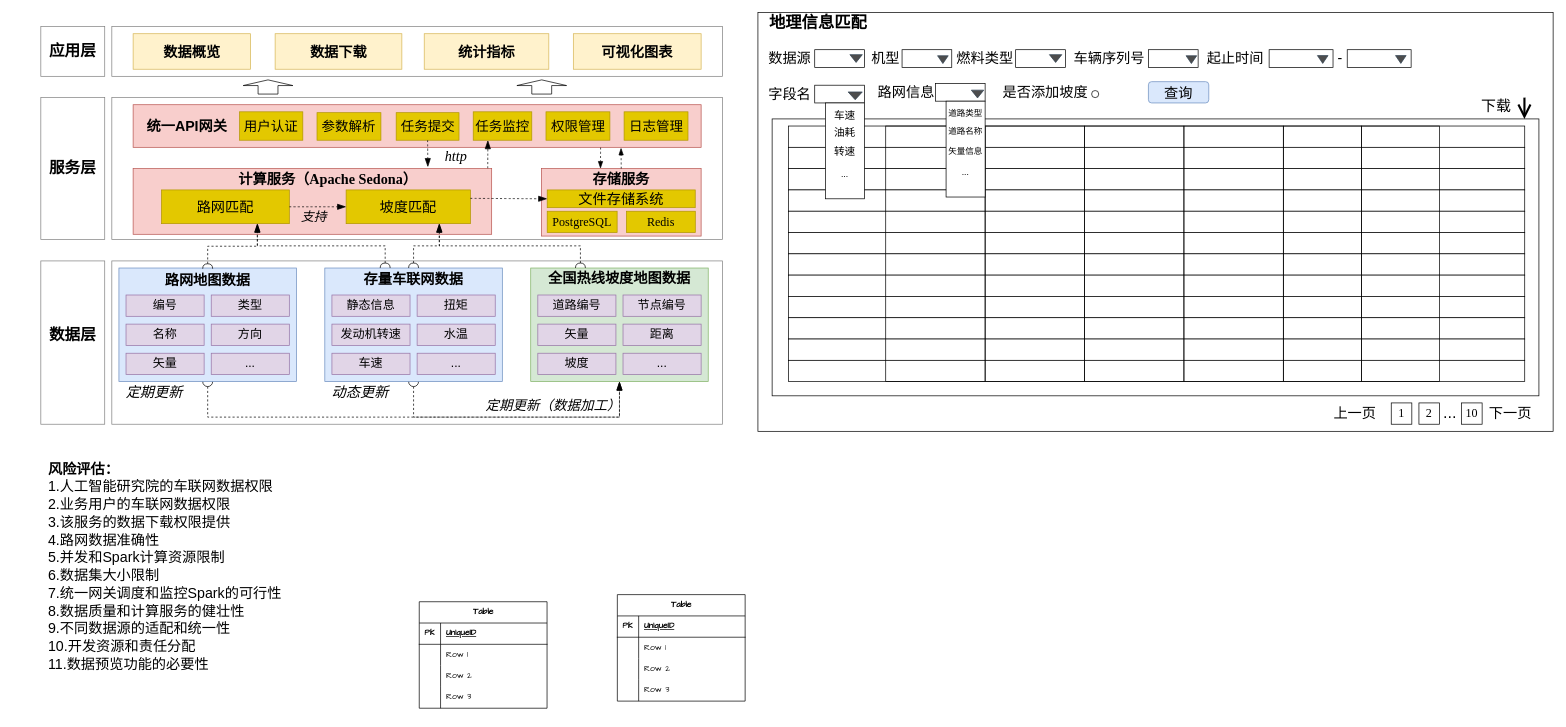
Earlier version of the draw.io diagram 车联网数据地理信息匹配服务.drawio (wangwuhua11/draw). Source tidied: cells renumbered, new cells numbered last; positions are measured from the earlier drawing's top-left corner, leaving out a move shared by most shapes. Both pictures are drawn from the tidied source at 71%, with x=0, y=0 at pixel (12, 12).
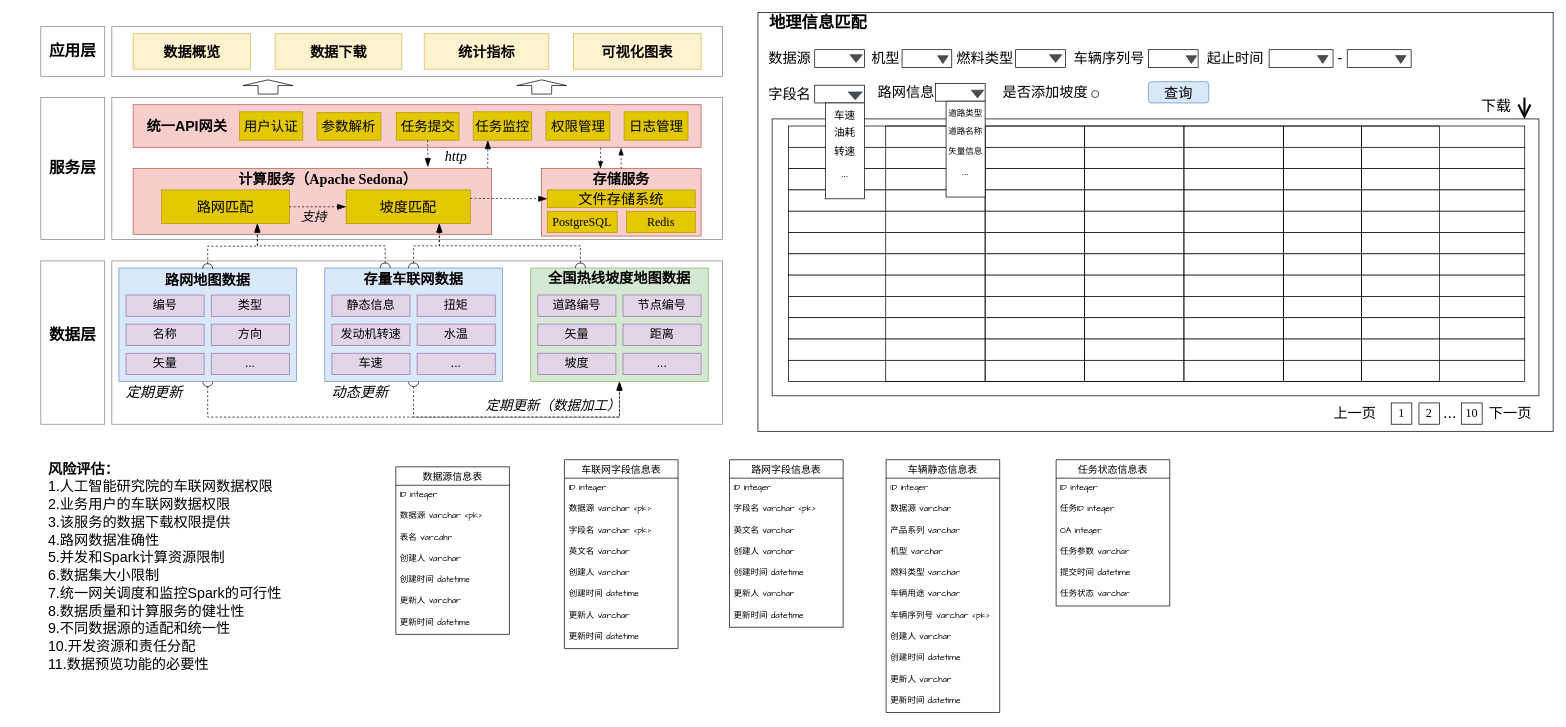
The same diagram, later.

Commit message (it also covers changes not shown here):
更新车联网数据地理信息匹配服务.drawio

The edit, as a diff of the source:
```diff
@@
-    <mxCell id="142" value="Table" style="shape=table;startSize=30;childLayout=tableLayout;rowLines=0;fontStyle=1;align=center;html=1;fontFamily=Architects Daughter;" parent="1" vertex="1">
-      <mxGeometry x="573" y="830" width="180" height="150" as="geometry" />
-    </mxCell>
-    <mxCell id="143" style="shape=tableRow;horizontal=0;startSize=0;swimlaneHead=0;swimlaneBody=0;fillColor=none;top=0;left=0;right=0;bottom=1;fontFamily=Architects Daughter;" parent="142" vertex="1">
-      <mxGeometry y="30" width="180" height="30" as="geometry" />
-    </mxCell>
-    <mxCell id="144" value="PK" style="shape=partialRectangle;fillColor=none;top=0;left=0;bottom=0;right=0;fontStyle=1;overflow=hidden;whiteSpace=wrap;html=1;fontFamily=Architects Daughter;" parent="143" vertex="1">
-      <mxGeometry width="30" height="30" as="geometry" />
-    </mxCell>
-    <mxCell id="145" value="UniqueID" style="shape=partialRectangle;fillColor=none;top=0;left=0;bottom=0;right=0;align=left;spacingLeft=6;fontStyle=5;overflow=hidden;whiteSpace=wrap;html=1;fontFamily=Architects Daughter;" parent="143" vertex="1">
-      <mxGeometry x="30" width="150" height="30" as="geometry" />
-    </mxCell>
-    <mxCell id="146" style="shape=tableRow;horizontal=0;startSize=0;swimlaneHead=0;swimlaneBody=0;fillColor=none;top=0;left=0;right=0;bottom=0;fontFamily=Architects Daughter;" parent="142" vertex="1">
-      <mxGeometry y="60" width="180" height="30" as="geometry" />
-    </mxCell>
-    <mxCell id="147" style="shape=partialRectangle;fillColor=none;top=0;left=0;bottom=0;right=0;overflow=hidden;whiteSpace=wrap;html=1;fontFamily=Architects Daughter;" parent="146" vertex="1">
-      <mxGeometry width="30" height="30" as="geometry" />
-    </mxCell>
-    <mxCell id="148" value="Row 1" style="shape=partialRectangle;fillColor=none;top=0;left=0;bottom=0;right=0;align=left;spacingLeft=6;overflow=hidden;whiteSpace=wrap;html=1;fontFamily=Architects Daughter;" parent="146" vertex="1">
-      <mxGeometry x="30" width="150" height="30" as="geometry" />
-    </mxCell>
-    <mxCell id="149" style="shape=tableRow;horizontal=0;startSize=0;swimlaneHead=0;swimlaneBody=0;fillColor=none;top=0;left=0;right=0;bottom=0;fontFamily=Architects Daughter;" parent="142" vertex="1">
-      <mxGeometry y="90" width="180" height="30" as="geometry" />
-    </mxCell>
-    <mxCell id="150" style="shape=partialRectangle;fillColor=none;top=0;left=0;bottom=0;right=0;overflow=hidden;whiteSpace=wrap;html=1;fontFamily=Architects Daughter;" parent="149" vertex="1">
-      <mxGeometry width="30" height="30" as="geometry" />
-    </mxCell>
-    <mxCell id="151" value="Row 2" style="shape=partialRectangle;fillColor=none;top=0;left=0;bottom=0;right=0;align=left;spacingLeft=6;overflow=hidden;whiteSpace=wrap;html=1;fontFamily=Architects Daughter;" parent="149" vertex="1">
-      <mxGeometry x="30" width="150" height="30" as="geometry" />
-    </mxCell>
-    <mxCell id="152" style="shape=tableRow;horizontal=0;startSize=0;swimlaneHead=0;swimlaneBody=0;fillColor=none;top=0;left=0;right=0;bottom=0;fontFamily=Architects Daughter;" parent="142" vertex="1">
-      <mxGeometry y="120" width="180" height="30" as="geometry" />
-    </mxCell>
-    <mxCell id="153" style="shape=partialRectangle;fillColor=none;top=0;left=0;bottom=0;right=0;overflow=hidden;whiteSpace=wrap;html=1;fontFamily=Architects Daughter;" parent="152" vertex="1">
-      <mxGeometry width="30" height="30" as="geometry" />
-    </mxCell>
-    <mxCell id="154" value="Row 3" style="shape=partialRectangle;fillColor=none;top=0;left=0;bottom=0;right=0;align=left;spacingLeft=6;overflow=hidden;whiteSpace=wrap;html=1;fontFamily=Architects Daughter;" parent="152" vertex="1">
-      <mxGeometry x="30" width="150" height="30" as="geometry" />
-    </mxCell>
-    <mxCell id="155" value="Table" style="shape=table;startSize=30;childLayout=tableLayout;rowLines=0;fontStyle=1;align=center;html=1;fontFamily=Architects Daughter;" parent="1" vertex="1">
-      <mxGeometry x="852" y="820" width="180" height="150" as="geometry" />
-    </mxCell>
-    <mxCell id="156" style="shape=tableRow;horizontal=0;startSize=0;swimlaneHead=0;swimlaneBody=0;fillColor=none;top=0;left=0;right=0;bottom=1;fontFamily=Architects Daughter;" parent="155" vertex="1">
-      <mxGeometry y="30" width="180" height="30" as="geometry" />
-    </mxCell>
-    <mxCell id="157" value="PK" style="shape=partialRectangle;fillColor=none;top=0;left=0;bottom=0;right=0;fontStyle=1;overflow=hidden;whiteSpace=wrap;html=1;fontFamily=Architects Daughter;" parent="156" vertex="1">
-      <mxGeometry width="30" height="30" as="geometry" />
-    </mxCell>
-    <mxCell id="158" value="UniqueID" style="shape=partialRectangle;fillColor=none;top=0;left=0;bottom=0;right=0;align=left;spacingLeft=6;fontStyle=5;overflow=hidden;whiteSpace=wrap;html=1;fontFamily=Architects Daughter;" parent="156" vertex="1">
-      <mxGeometry x="30" width="150" height="30" as="geometry" />
-    </mxCell>
-    <mxCell id="159" style="shape=tableRow;horizontal=0;startSize=0;swimlaneHead=0;swimlaneBody=0;fillColor=none;top=0;left=0;right=0;bottom=0;fontFamily=Architects Daughter;" parent="155" vertex="1">
-      <mxGeometry y="60" width="180" height="30" as="geometry" />
-    </mxCell>
-    <mxCell id="160" style="shape=partialRectangle;fillColor=none;top=0;left=0;bottom=0;right=0;overflow=hidden;whiteSpace=wrap;html=1;fontFamily=Architects Daughter;" parent="159" vertex="1">
-      <mxGeometry width="30" height="30" as="geometry" />
-    </mxCell>
-    <mxCell id="161" value="Row 1" style="shape=partialRectangle;fillColor=none;top=0;left=0;bottom=0;right=0;align=left;spacingLeft=6;overflow=hidden;whiteSpace=wrap;html=1;fontFamily=Architects Daughter;" parent="159" vertex="1">
-      <mxGeometry x="30" width="150" height="30" as="geometry" />
-    </mxCell>
-    <mxCell id="162" style="shape=tableRow;horizontal=0;startSize=0;swimlaneHead=0;swimlaneBody=0;fillColor=none;top=0;left=0;right=0;bottom=0;fontFamily=Architects Daughter;" parent="155" vertex="1">
-      <mxGeometry y="90" width="180" height="30" as="geometry" />
-    </mxCell>
-    <mxCell id="163" style="shape=partialRectangle;fillColor=none;top=0;left=0;bottom=0;right=0;overflow=hidden;whiteSpace=wrap;html=1;fontFamily=Architects Daughter;" parent="162" vertex="1">
-      <mxGeometry width="30" height="30" as="geometry" />
-    </mxCell>
-    <mxCell id="164" value="Row 2" style="shape=partialRectangle;fillColor=none;top=0;left=0;bottom=0;right=0;align=left;spacingLeft=6;overflow=hidden;whiteSpace=wrap;html=1;fontFamily=Architects Daughter;" parent="162" vertex="1">
-      <mxGeometry x="30" width="150" height="30" as="geometry" />
-    </mxCell>
-    <mxCell id="165" style="shape=tableRow;horizontal=0;startSize=0;swimlaneHead=0;swimlaneBody=0;fillColor=none;top=0;left=0;right=0;bottom=0;fontFamily=Architects Daughter;" parent="155" vertex="1">
-      <mxGeometry y="120" width="180" height="30" as="geometry" />
-    </mxCell>
-    <mxCell id="166" style="shape=partialRectangle;fillColor=none;top=0;left=0;bottom=0;right=0;overflow=hidden;whiteSpace=wrap;html=1;fontFamily=Architects Daughter;" parent="165" vertex="1">
-      <mxGeometry width="30" height="30" as="geometry" />
-    </mxCell>
-    <mxCell id="167" value="Row 3" style="shape=partialRectangle;fillColor=none;top=0;left=0;bottom=0;right=0;align=left;spacingLeft=6;overflow=hidden;whiteSpace=wrap;html=1;fontFamily=Architects Daughter;" parent="165" vertex="1">
-      <mxGeometry x="30" width="150" height="30" as="geometry" />
-    </mxCell>
+    <mxCell id="168" value="数据源信息表" style="swimlane;fontStyle=0;horizontal=1;startSize=26;align=center;fontSize=14;fontFamily=Architects Daughter;" parent="1" vertex="1">
+      <mxGeometry x="540" y="640" width="160" height="236" as="geometry" />
+    </mxCell>
+    <mxCell id="169" value="ID integer&amp;nbsp;" style="text;strokeColor=none;fillColor=none;spacingLeft=4;spacingRight=4;overflow=hidden;fontSize=12;whiteSpace=wrap;html=1;fontFamily=Architects Daughter;" parent="168" vertex="1">
+      <mxGeometry y="26" width="160" height="30" as="geometry" />
+    </mxCell>
+    <mxCell id="170" value="数据源 varchar &amp;lt;pk&amp;gt;" style="text;strokeColor=none;fillColor=none;spacingLeft=4;spacingRight=4;overflow=hidden;fontSize=12;whiteSpace=wrap;html=1;fontFamily=Architects Daughter;" parent="168" vertex="1">
+      <mxGeometry y="56" width="160" height="30" as="geometry" />
+    </mxCell>
+    <mxCell id="171" value="表名 varcahr" style="text;strokeColor=none;fillColor=none;spacingLeft=4;spacingRight=4;overflow=hidden;fontSize=12;whiteSpace=wrap;html=1;fontFamily=Architects Daughter;" parent="168" vertex="1">
+      <mxGeometry y="86" width="160" height="30" as="geometry" />
+    </mxCell>
+    <mxCell id="172" value="创建人 varchar" style="text;strokeColor=none;fillColor=none;spacingLeft=4;spacingRight=4;overflow=hidden;fontSize=12;whiteSpace=wrap;html=1;fontFamily=Architects Daughter;" parent="168" vertex="1">
+      <mxGeometry y="116" width="160" height="30" as="geometry" />
+    </mxCell>
+    <mxCell id="173" value="创建时间 datetime" style="text;strokeColor=none;fillColor=none;spacingLeft=4;spacingRight=4;overflow=hidden;fontSize=12;whiteSpace=wrap;html=1;fontFamily=Architects Daughter;" parent="168" vertex="1">
+      <mxGeometry y="146" width="160" height="30" as="geometry" />
+    </mxCell>
+    <mxCell id="174" value="更新人 varchar" style="text;strokeColor=none;fillColor=none;spacingLeft=4;spacingRight=4;overflow=hidden;fontSize=12;whiteSpace=wrap;html=1;fontFamily=Architects Daughter;" parent="168" vertex="1">
+      <mxGeometry y="176" width="160" height="30" as="geometry" />
+    </mxCell>
+    <mxCell id="175" value="更新时间 datetime" style="text;strokeColor=none;fillColor=none;spacingLeft=4;spacingRight=4;overflow=hidden;fontSize=12;whiteSpace=wrap;html=1;fontFamily=Architects Daughter;" parent="168" vertex="1">
+      <mxGeometry y="206" width="160" height="30" as="geometry" />
+    </mxCell>
+    <mxCell id="176" value="车联网字段信息表" style="swimlane;fontStyle=0;horizontal=1;startSize=26;align=center;fontSize=14;fontFamily=Architects Daughter;" parent="1" vertex="1">
+      <mxGeometry x="777.5" y="630" width="160" height="266" as="geometry" />
+    </mxCell>
+    <mxCell id="177" value="ID integer&amp;nbsp;" style="text;strokeColor=none;fillColor=none;spacingLeft=4;spacingRight=4;overflow=hidden;fontSize=12;whiteSpace=wrap;html=1;fontFamily=Architects Daughter;" parent="176" vertex="1">
+      <mxGeometry y="26" width="160" height="30" as="geometry" />
+    </mxCell>
+    <mxCell id="178" value="数据源 varchar &amp;lt;pk&amp;gt;" style="text;strokeColor=none;fillColor=none;spacingLeft=4;spacingRight=4;overflow=hidden;fontSize=12;whiteSpace=wrap;html=1;fontFamily=Architects Daughter;" parent="176" vertex="1">
+      <mxGeometry y="56" width="160" height="30" as="geometry" />
+    </mxCell>
+    <mxCell id="179" value="字段名 varchar &amp;lt;pk&amp;gt;" style="text;strokeColor=none;fillColor=none;spacingLeft=4;spacingRight=4;overflow=hidden;fontSize=12;whiteSpace=wrap;html=1;fontFamily=Architects Daughter;" parent="176" vertex="1">
+      <mxGeometry y="86" width="160" height="30" as="geometry" />
+    </mxCell>
+    <mxCell id="180" value="英文名 varchar" style="text;strokeColor=none;fillColor=none;spacingLeft=4;spacingRight=4;overflow=hidden;fontSize=12;whiteSpace=wrap;html=1;fontFamily=Architects Daughter;" parent="176" vertex="1">
+      <mxGeometry y="116" width="160" height="30" as="geometry" />
+    </mxCell>
+    <mxCell id="181" value="创建人 varchar" style="text;strokeColor=none;fillColor=none;spacingLeft=4;spacingRight=4;overflow=hidden;fontSize=12;whiteSpace=wrap;html=1;fontFamily=Architects Daughter;" parent="176" vertex="1">
+      <mxGeometry y="146" width="160" height="30" as="geometry" />
+    </mxCell>
+    <mxCell id="182" value="创建时间 datetime" style="text;strokeColor=none;fillColor=none;spacingLeft=4;spacingRight=4;overflow=hidden;fontSize=12;whiteSpace=wrap;html=1;fontFamily=Architects Daughter;" parent="176" vertex="1">
+      <mxGeometry y="176" width="160" height="30" as="geometry" />
+    </mxCell>
+    <mxCell id="183" value="更新人 varchar" style="text;strokeColor=none;fillColor=none;spacingLeft=4;spacingRight=4;overflow=hidden;fontSize=12;whiteSpace=wrap;html=1;fontFamily=Architects Daughter;" parent="176" vertex="1">
+      <mxGeometry y="206" width="160" height="30" as="geometry" />
+    </mxCell>
+    <mxCell id="184" value="更新时间 datetime" style="text;strokeColor=none;fillColor=none;spacingLeft=4;spacingRight=4;overflow=hidden;fontSize=12;whiteSpace=wrap;html=1;fontFamily=Architects Daughter;" parent="176" vertex="1">
+      <mxGeometry y="236" width="160" height="30" as="geometry" />
+    </mxCell>
+    <mxCell id="185" value="路网字段信息表" style="swimlane;fontStyle=0;horizontal=1;startSize=26;align=center;fontSize=14;fontFamily=Architects Daughter;" parent="1" vertex="1">
+      <mxGeometry x="1010" y="630" width="160" height="236" as="geometry" />
+    </mxCell>
+    <mxCell id="186" value="ID integer&amp;nbsp;" style="text;strokeColor=none;fillColor=none;spacingLeft=4;spacingRight=4;overflow=hidden;fontSize=12;whiteSpace=wrap;html=1;fontFamily=Architects Daughter;" parent="185" vertex="1">
+      <mxGeometry y="26" width="160" height="30" as="geometry" />
+    </mxCell>
+    <mxCell id="187" value="字段名 varchar &amp;lt;pk&amp;gt;" style="text;strokeColor=none;fillColor=none;spacingLeft=4;spacingRight=4;overflow=hidden;fontSize=12;whiteSpace=wrap;html=1;fontFamily=Architects Daughter;" parent="185" vertex="1">
+      <mxGeometry y="56" width="160" height="30" as="geometry" />
+    </mxCell>
+    <mxCell id="188" value="英文名 varchar" style="text;strokeColor=none;fillColor=none;spacingLeft=4;spacingRight=4;overflow=hidden;fontSize=12;whiteSpace=wrap;html=1;fontFamily=Architects Daughter;" parent="185" vertex="1">
+      <mxGeometry y="86" width="160" height="30" as="geometry" />
+    </mxCell>
+    <mxCell id="189" value="创建人 varchar" style="text;strokeColor=none;fillColor=none;spacingLeft=4;spacingRight=4;overflow=hidden;fontSize=12;whiteSpace=wrap;html=1;fontFamily=Architects Daughter;" parent="185" vertex="1">
+      <mxGeometry y="116" width="160" height="30" as="geometry" />
+    </mxCell>
+    <mxCell id="190" value="创建时间 datetime" style="text;strokeColor=none;fillColor=none;spacingLeft=4;spacingRight=4;overflow=hidden;fontSize=12;whiteSpace=wrap;html=1;fontFamily=Architects Daughter;" parent="185" vertex="1">
+      <mxGeometry y="146" width="160" height="30" as="geometry" />
+    </mxCell>
+    <mxCell id="191" value="更新人 varchar" style="text;strokeColor=none;fillColor=none;spacingLeft=4;spacingRight=4;overflow=hidden;fontSize=12;whiteSpace=wrap;html=1;fontFamily=Architects Daughter;" parent="185" vertex="1">
+      <mxGeometry y="176" width="160" height="30" as="geometry" />
+    </mxCell>
+    <mxCell id="192" value="更新时间 datetime" style="text;strokeColor=none;fillColor=none;spacingLeft=4;spacingRight=4;overflow=hidden;fontSize=12;whiteSpace=wrap;html=1;fontFamily=Architects Daughter;" parent="185" vertex="1">
+      <mxGeometry y="206" width="160" height="30" as="geometry" />
+    </mxCell>
+    <mxCell id="193" value="车辆静态信息表" style="swimlane;fontStyle=0;horizontal=1;startSize=26;align=center;fontSize=14;fontFamily=Architects Daughter;" parent="1" vertex="1">
+      <mxGeometry x="1230.5" y="630" width="160" height="356" as="geometry" />
+    </mxCell>
+    <mxCell id="194" value="ID integer&amp;nbsp;" style="text;strokeColor=none;fillColor=none;spacingLeft=4;spacingRight=4;overflow=hidden;fontSize=12;whiteSpace=wrap;html=1;fontFamily=Architects Daughter;" parent="193" vertex="1">
+      <mxGeometry y="26" width="160" height="30" as="geometry" />
+    </mxCell>
+    <mxCell id="195" value="数据源 varchar" style="text;strokeColor=none;fillColor=none;spacingLeft=4;spacingRight=4;overflow=hidden;fontSize=12;whiteSpace=wrap;html=1;fontFamily=Architects Daughter;" parent="193" vertex="1">
+      <mxGeometry y="56" width="160" height="30" as="geometry" />
+    </mxCell>
+    <mxCell id="196" value="产品系列 varchar" style="text;strokeColor=none;fillColor=none;spacingLeft=4;spacingRight=4;overflow=hidden;fontSize=12;whiteSpace=wrap;html=1;fontFamily=Architects Daughter;" parent="193" vertex="1">
+      <mxGeometry y="86" width="160" height="30" as="geometry" />
+    </mxCell>
+    <mxCell id="197" value="机型 varchar" style="text;strokeColor=none;fillColor=none;spacingLeft=4;spacingRight=4;overflow=hidden;fontSize=12;whiteSpace=wrap;html=1;fontFamily=Architects Daughter;" parent="193" vertex="1">
+      <mxGeometry y="116" width="160" height="30" as="geometry" />
+    </mxCell>
+    <mxCell id="198" value="燃料类型 varchar" style="text;strokeColor=none;fillColor=none;spacingLeft=4;spacingRight=4;overflow=hidden;fontSize=12;whiteSpace=wrap;html=1;fontFamily=Architects Daughter;" parent="193" vertex="1">
+      <mxGeometry y="146" width="160" height="30" as="geometry" />
+    </mxCell>
+    <mxCell id="199" value="车辆用途 varchar" style="text;strokeColor=none;fillColor=none;spacingLeft=4;spacingRight=4;overflow=hidden;fontSize=12;whiteSpace=wrap;html=1;fontFamily=Architects Daughter;" parent="193" vertex="1">
+      <mxGeometry y="176" width="160" height="30" as="geometry" />
+    </mxCell>
+    <mxCell id="200" value="车辆序列号 varchar &amp;lt;pk&amp;gt;" style="text;strokeColor=none;fillColor=none;spacingLeft=4;spacingRight=4;overflow=hidden;fontSize=12;whiteSpace=wrap;html=1;fontFamily=Architects Daughter;" parent="193" vertex="1">
+      <mxGeometry y="206" width="160" height="30" as="geometry" />
+    </mxCell>
+    <mxCell id="201" value="创建人 varchar" style="text;strokeColor=none;fillColor=none;spacingLeft=4;spacingRight=4;overflow=hidden;fontSize=12;whiteSpace=wrap;html=1;fontFamily=Architects Daughter;" parent="193" vertex="1">
+      <mxGeometry y="236" width="160" height="30" as="geometry" />
+    </mxCell>
+    <mxCell id="202" value="创建时间 datetime" style="text;strokeColor=none;fillColor=none;spacingLeft=4;spacingRight=4;overflow=hidden;fontSize=12;whiteSpace=wrap;html=1;fontFamily=Architects Daughter;" parent="193" vertex="1">
+      <mxGeometry y="266" width="160" height="30" as="geometry" />
+    </mxCell>
+    <mxCell id="203" value="更新人 varchar" style="text;strokeColor=none;fillColor=none;spacingLeft=4;spacingRight=4;overflow=hidden;fontSize=12;whiteSpace=wrap;html=1;fontFamily=Architects Daughter;" parent="193" vertex="1">
+      <mxGeometry y="296" width="160" height="30" as="geometry" />
+    </mxCell>
+    <mxCell id="204" value="更新时间 datetime" style="text;strokeColor=none;fillColor=none;spacingLeft=4;spacingRight=4;overflow=hidden;fontSize=12;whiteSpace=wrap;html=1;fontFamily=Architects Daughter;" parent="193" vertex="1">
+      <mxGeometry y="326" width="160" height="30" as="geometry" />
+    </mxCell>
+    <mxCell id="205" value="任务状态信息表" style="swimlane;fontStyle=0;horizontal=1;startSize=26;align=center;fontSize=14;fontFamily=Architects Daughter;" parent="1" vertex="1">
+      <mxGeometry x="1470" y="630" width="160" height="206" as="geometry" />
+    </mxCell>
+    <mxCell id="206" value="ID integer&amp;nbsp;" style="text;strokeColor=none;fillColor=none;spacingLeft=4;spacingRight=4;overflow=hidden;fontSize=12;whiteSpace=wrap;html=1;fontFamily=Architects Daughter;" parent="205" vertex="1">
+      <mxGeometry y="26" width="160" height="30" as="geometry" />
+    </mxCell>
+    <mxCell id="207" value="任务ID integer" style="text;strokeColor=none;fillColor=none;spacingLeft=4;spacingRight=4;overflow=hidden;fontSize=12;whiteSpace=wrap;html=1;fontFamily=Architects Daughter;" parent="205" vertex="1">
+      <mxGeometry y="56" width="160" height="30" as="geometry" />
+    </mxCell>
+    <mxCell id="208" value="OA integer" style="text;strokeColor=none;fillColor=none;spacingLeft=4;spacingRight=4;overflow=hidden;fontSize=12;whiteSpace=wrap;html=1;fontFamily=Architects Daughter;" parent="205" vertex="1">
+      <mxGeometry y="86" width="160" height="30" as="geometry" />
+    </mxCell>
+    <mxCell id="209" value="任务参数 varchar" style="text;strokeColor=none;fillColor=none;spacingLeft=4;spacingRight=4;overflow=hidden;fontSize=12;whiteSpace=wrap;html=1;fontFamily=Architects Daughter;" parent="205" vertex="1">
+      <mxGeometry y="116" width="160" height="30" as="geometry" />
+    </mxCell>
+    <mxCell id="210" value="提交时间 datetime" style="text;strokeColor=none;fillColor=none;spacingLeft=4;spacingRight=4;overflow=hidden;fontSize=12;whiteSpace=wrap;html=1;fontFamily=Architects Daughter;" parent="205" vertex="1">
+      <mxGeometry y="146" width="160" height="30" as="geometry" />
+    </mxCell>
+    <mxCell id="211" value="任务状态 varchar" style="text;strokeColor=none;fillColor=none;spacingLeft=4;spacingRight=4;overflow=hidden;fontSize=12;whiteSpace=wrap;html=1;fontFamily=Architects Daughter;" parent="205" vertex="1">
+      <mxGeometry y="176" width="160" height="30" as="geometry" />
+    </mxCell>
```
